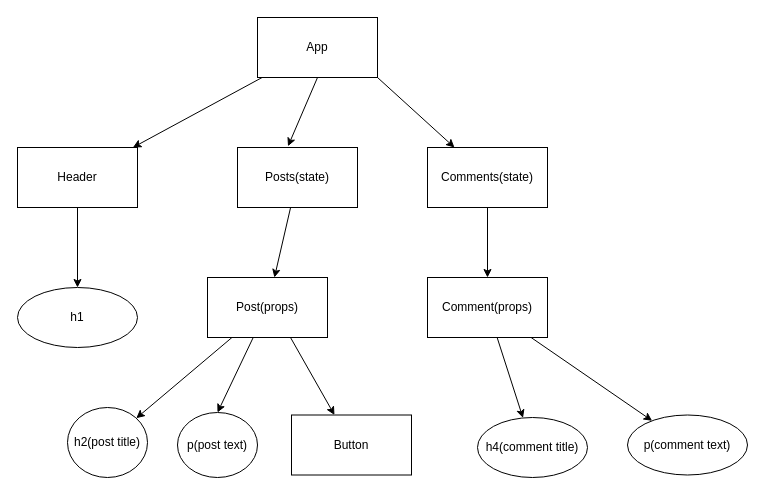
This is diagram.drawio from SchoolOfCode/w10_recap-tasks-21ciprian, a draw.io file, before an edit. Source tidied: cells renumbered, new cells numbered last; positions are measured from the earlier drawing's top-left corner, leaving out a move shared by most shapes. Both pictures are drawn from the tidied source at 100%, with x=0, y=0 at pixel (17, 17).
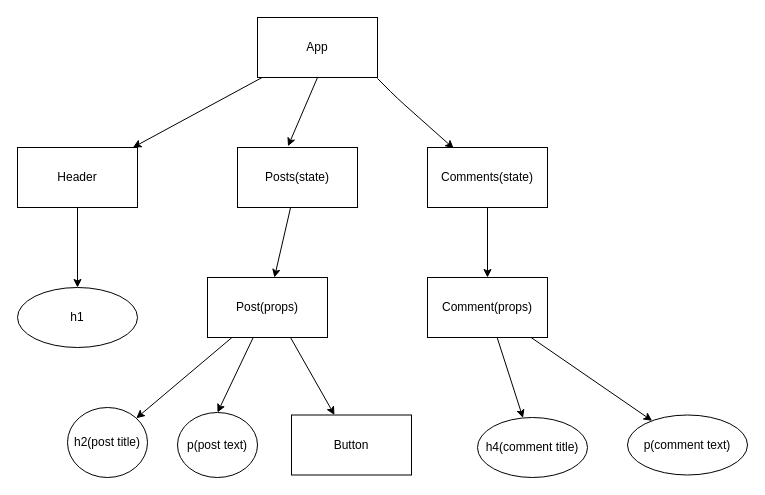
After the change.

The change refers to these unchanged cells:
```xml
<mxCell id="5" value="App" style="whiteSpace=wrap;html=1;" parent="1" vertex="1">
  <mxGeometry x="240" width="120" height="60" as="geometry" />
</mxCell>
<mxCell id="11" value="Comments(state)" style="whiteSpace=wrap;html=1;" parent="1" vertex="1">
  <mxGeometry x="410" y="130" width="120" height="60" as="geometry" />
</mxCell>
```

Change to the diagram source:
```diff
@@
-    <mxCell id="4" style="edgeStyle=none;html=1;exitX=1;exitY=1;exitDx=0;exitDy=0;" parent="1" edge="1" source="5" target="11">
-      <mxGeometry relative="1" as="geometry" />
+    <mxCell id="4" style="edgeStyle=none;html=1;exitX=1;exitY=1;exitDx=0;exitDy=0;" parent="1" edge="1">
+      <mxGeometry relative="1" as="geometry">
+        <mxPoint x="360" y="61" as="sourcePoint" />
+        <mxPoint x="436.2" y="131" as="targetPoint" />
+        <Array as="points">
+          <mxPoint x="380" y="81" />
+        </Array>
+      </mxGeometry>
     </mxCell>
```
